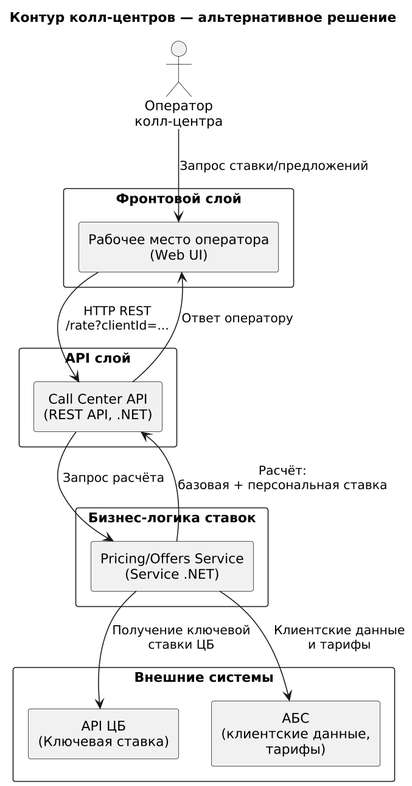
This is Task4/schemas/MVP_alt.png from KravchenkoDevelop/architecture-standart, a PlantUML export, as it was before one commit. The source it was exported from:
```plantuml
@startuml
skinparam rectangleStyle rounded
skinparam shadowing false
skinparam defaultTextAlignment center
skinparam wrapWidth 220
skinparam dpi 150

title Контур колл-центров — альтернативное решение
actor "Оператор\nколл-центра" as operator

rectangle "Фронтовой слой" {

    rectangle "Рабочее место оператора\n(Web UI)" as ui
}

rectangle "API слой" {
    rectangle "Call Center API\n(REST API, .NET)" as api
}

rectangle "Бизнес-логика ставок" {
    rectangle "Pricing/Offers Service\n(Service .NET)" as pricing
}

rectangle "Внешние системы" {

    rectangle "API ЦБ\n(Ключевая ставка)" as cbr
    rectangle "АБС\n(клиентские данные,\nтарифы)" as abs
}

operator --> ui : Запрос ставки/предложений
ui --> api : HTTP REST\n/rate?clientId=...
api --> pricing : Запрос расчёта

pricing --> cbr : Получение ключевой\nставки ЦБ
pricing --> abs : Клиентские данные\nи тарифы

pricing --> api : Расчёт:\nбазовая + персональная ставка
api --> ui : Ответ оператору
@enduml
```
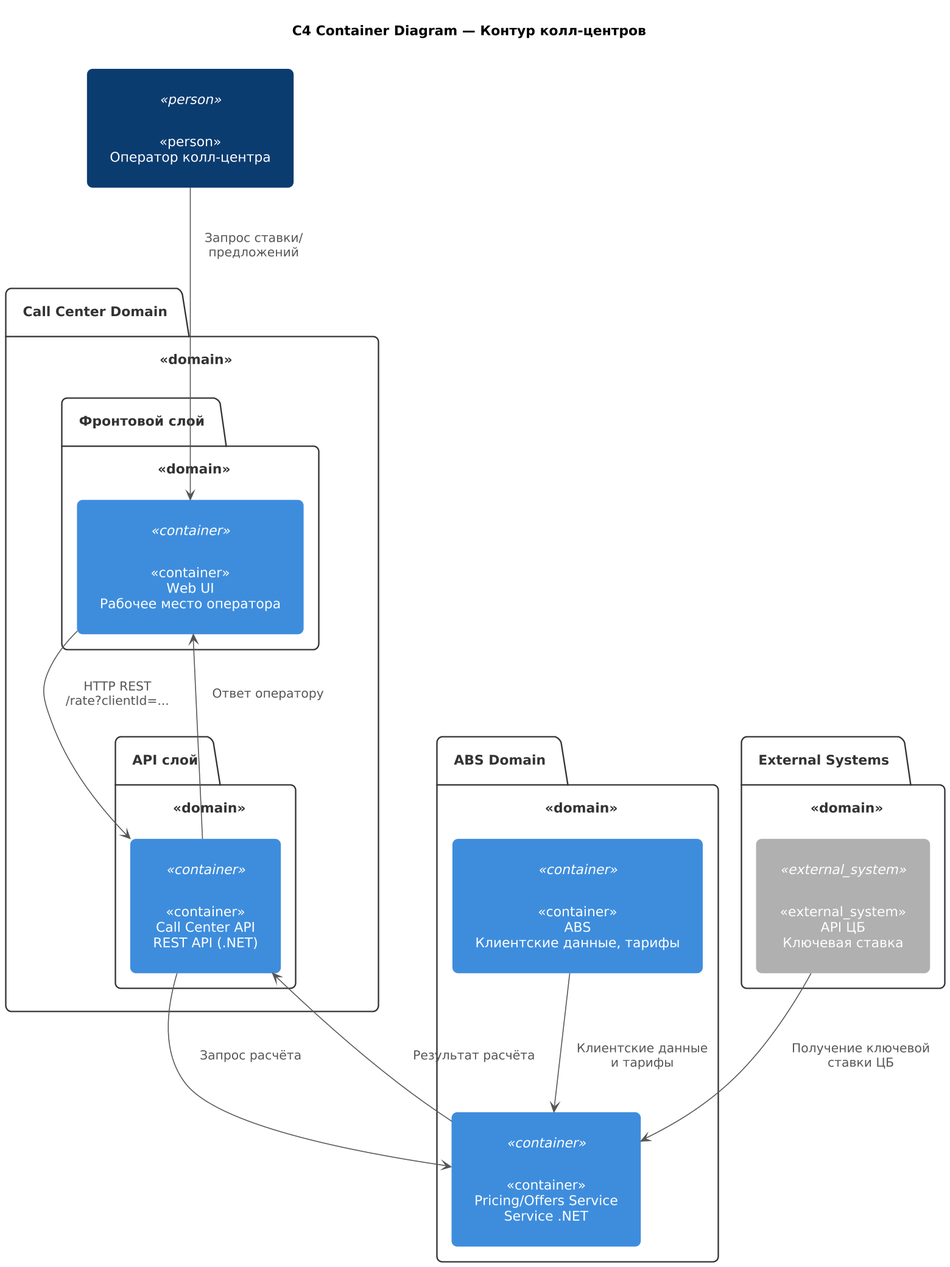
The same diagram one commit later.

The edit, as a diff of the source:
```diff
@@ -1,39 +1,85 @@
 @startuml
-skinparam rectangleStyle rounded
+skinparam dpi 150
 skinparam shadowing false
+skinparam roundcorner 12
 skinparam defaultTextAlignment center
-skinparam wrapWidth 220
-skinparam dpi 150
+skinparam Padding 14
+skinparam ArrowColor #555555
+skinparam ArrowFontColor #555555
 
-title Контур колл-центров — альтернативное решение
-actor "Оператор\nколл-центра" as operator
-
-rectangle "Фронтовой слой" {
-
-    rectangle "Рабочее место оператора\n(Web UI)" as ui
+skinparam rectangle<<person>> {
+  BackgroundColor #0B3C70
+  FontColor #ffffff
+  BorderColor #0B3C70
 }
 
-rectangle "API слой" {
-    rectangle "Call Center API\n(REST API, .NET)" as api
+skinparam rectangle<<container>> {
+  BackgroundColor #3E8DDD
+  FontColor #ffffff
+  BorderColor #3E8DDD
 }
 
-rectangle "Бизнес-логика ставок" {
-    rectangle "Pricing/Offers Service\n(Service .NET)" as pricing
+skinparam rectangle<<external_system>> {
+  BackgroundColor #B0B0B0
+  FontColor #ffffff
+  BorderColor #B0B0B0
 }
 
-rectangle "Внешние системы" {
-
-    rectangle "API ЦБ\n(Ключевая ставка)" as cbr
-    rectangle "АБС\n(клиентские данные,\nтарифы)" as abs
+skinparam package<<domain>> {
+  BackgroundColor #FFFFFF
+  BorderColor #333333
+  BorderStyle solid
+  FontColor #333333
+  FontStyle bold
 }
 
-operator --> ui : Запрос ставки/предложений
+title C4 Container Diagram — Контур колл-центров
+
+
+rectangle "«person»\nОператор колл-центра" as operator <<person>>
+
+
+
+package "Call Center Domain" as cc <<domain>> {
+
+    package "Фронтовой слой" <<domain>> {
+        rectangle "«container»\nWeb UI\nРабочее место оператора" as ui <<container>>
+    }
+
+    package "API слой" <<domain>> {
+        rectangle "«container»\nCall Center API\nREST API (.NET)" as api <<container>>
+    }
+
+
+}
+
+
+
+package "ABS Domain" as absdomain <<domain>> {
+
+    rectangle "«container»\nABS\nКлиентские данные, тарифы" as abs <<container>>
+    rectangle "«container»\nPricing/Offers Service\nService .NET" as pricing <<container>>
+
+}
+
+package "External Systems" as ext <<domain>> {
+    rectangle "«external_system»\nAPI ЦБ\nКлючевая ставка" as cbr <<external_system>>
+}
+
+
+
+
+operator --> ui : Запрос ставки/\nпредложений
+
 ui --> api : HTTP REST\n/rate?clientId=...
+
 api --> pricing : Запрос расчёта
 
-pricing --> cbr : Получение ключевой\nставки ЦБ
-pricing --> abs : Клиентские данные\nи тарифы
+pricing --> api : Результат расчёта
 
-pricing --> api : Расчёт:\nбазовая + персональная ставка
+abs --> pricing : Клиентские данные\nи тарифы
+
+cbr --> pricing : Получение ключевой\nставки ЦБ
+
 api --> ui : Ответ оператору
 @enduml
```
